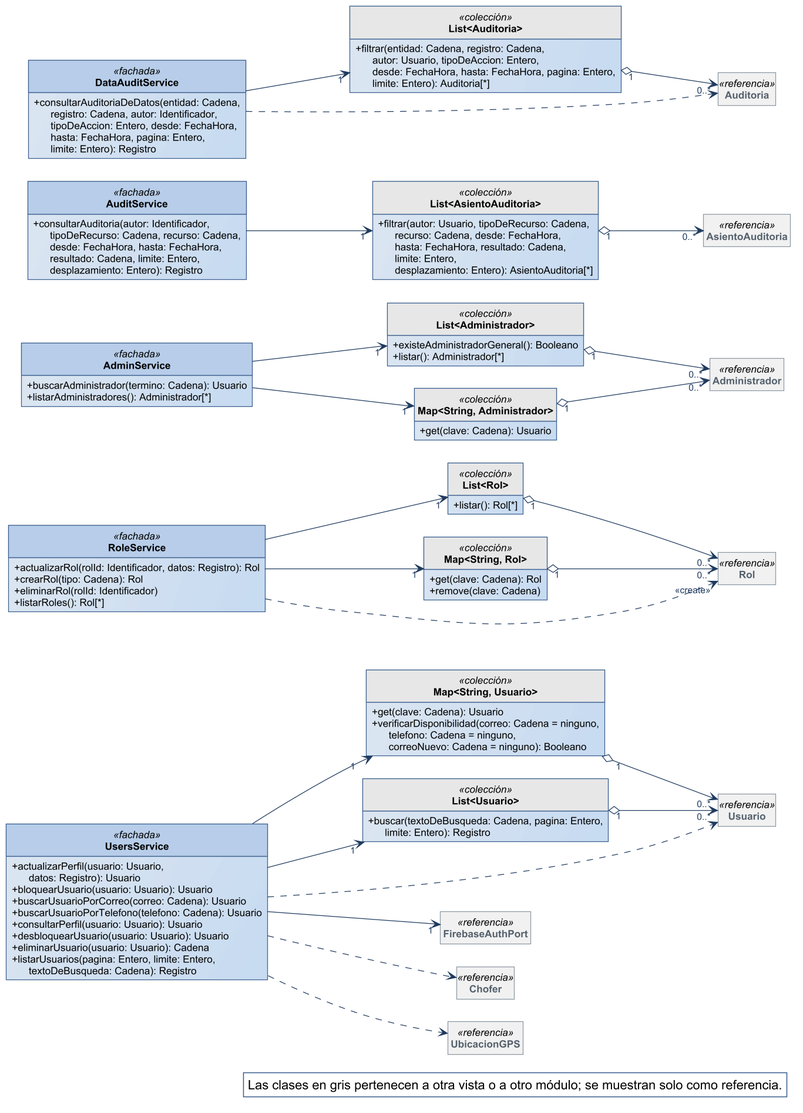
Before: diagramas/clases-diseno/DC_Mod_Usuarios.png, a diagram exported from PlantUML (Nahuelito-Dev/splg-docs).
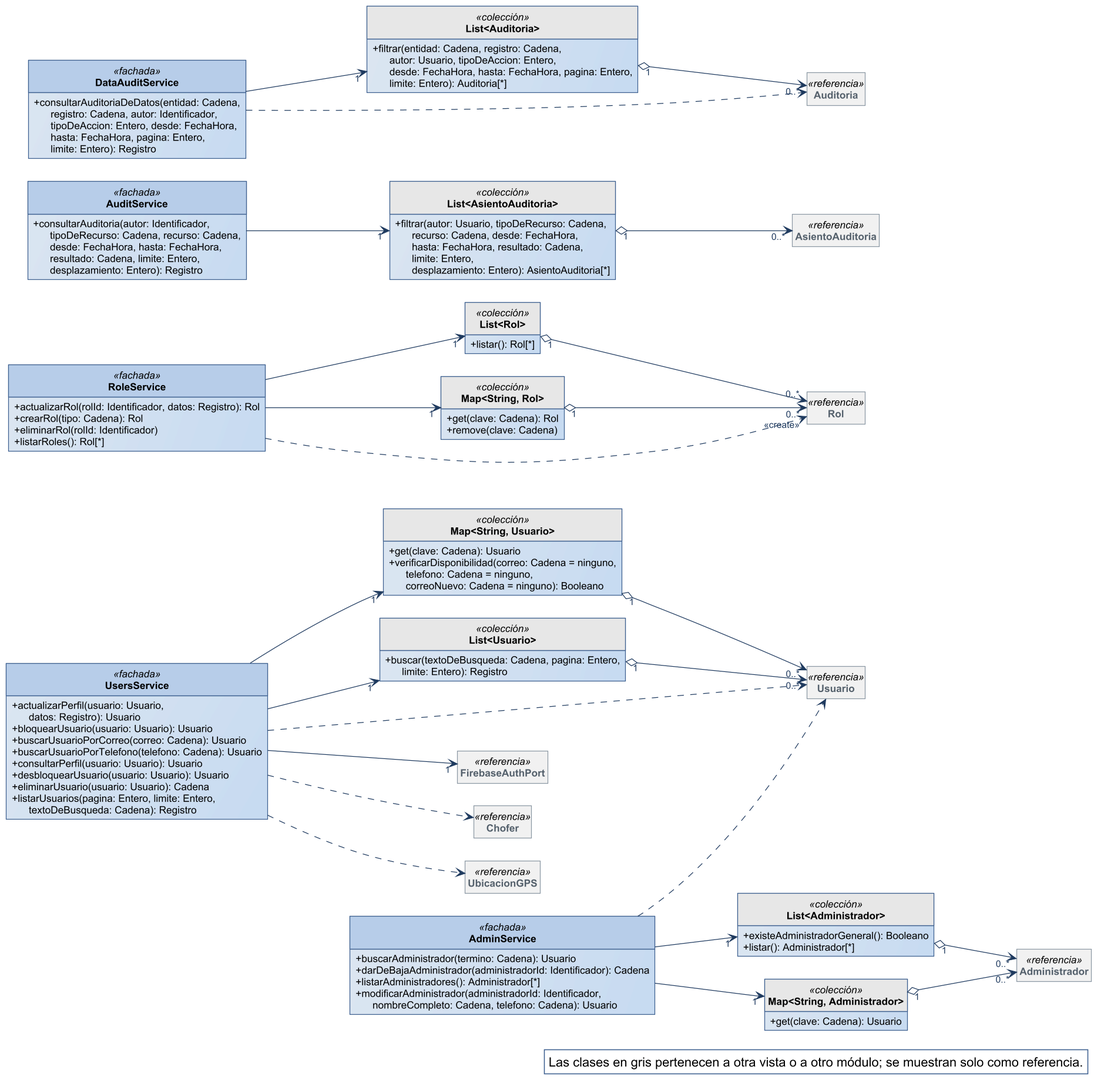
After the change.

Change to the diagram source:
```diff
@@ -66,7 +66,9 @@
 }
 class AdminService <<fachada>> {
   + buscarAdministrador(termino: Cadena): Usuario
+  + darDeBajaAdministrador(administradorId: Identificador): Cadena
   + listarAdministradores(): Administrador[*]
+  + modificarAdministrador(administradorId: Identificador,\n      nombreCompleto: Cadena, telefono: Cadena): Usuario
 }
 class "Map<String, Administrador>" as Map_String_Administrador <<colección>> {
   + get(clave: Cadena): Usuario
@@ -109,6 +111,7 @@
 UsersService --> "1" FirebaseAuthPort
 UsersService --> "1" List_Usuario
 UsersService --> "1" Map_String_Usuario
+AdminService ..> Usuario
 DataAuditService ..> Auditoria
 RoleService ..> "<<create>>" Rol
 UsersService ..> Chofer
```
